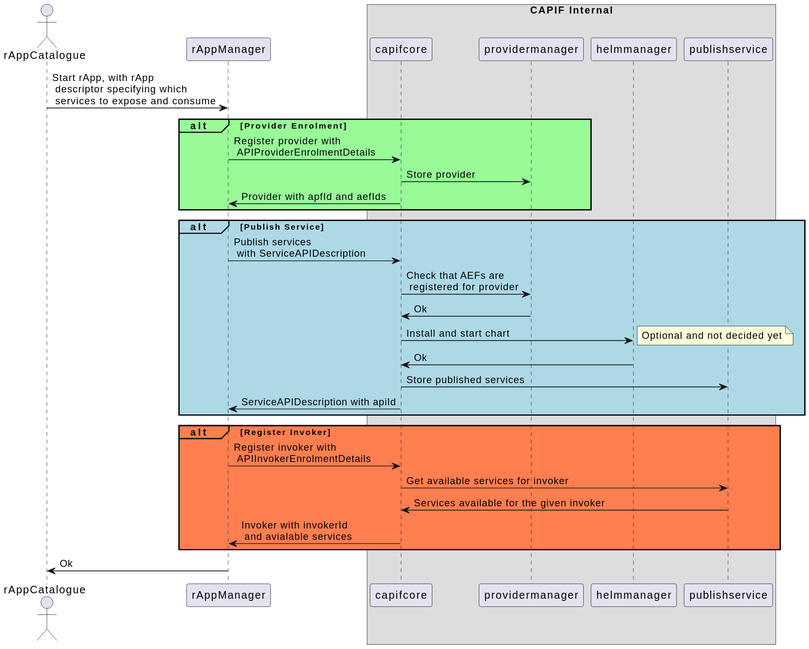
This is capifcore/docs/diagrams/Register Provider.svg from o-ran-sc/nonrtric-plt-sme, a PlantUML export, as it was before one commit.
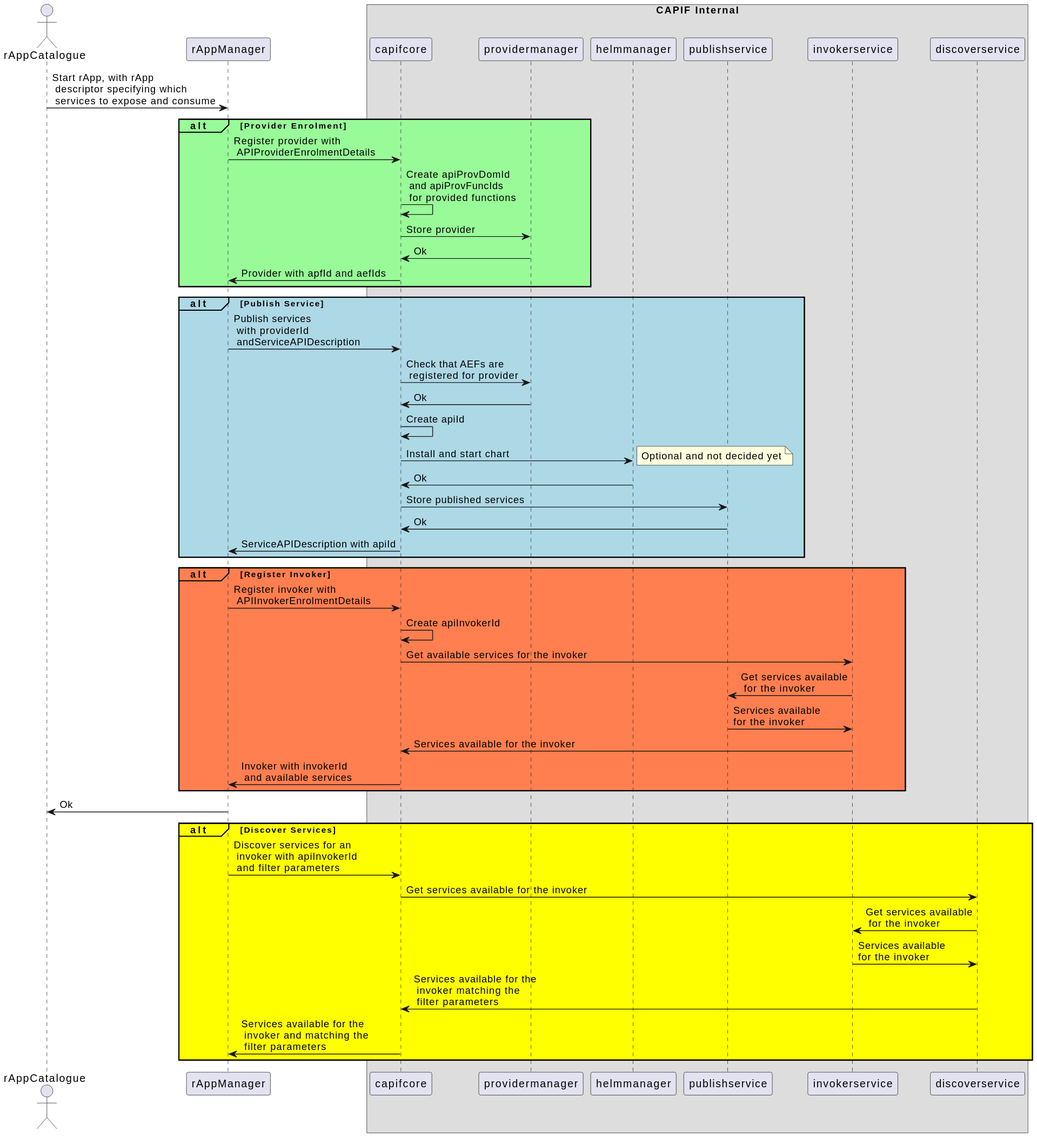
The same file after the commit.

What changed in the source:
```diff
@@ -6,29 +6,47 @@
 participant providermanager
 participant helmmanager
 participant publishservice
+participant invokerservice
+participant discoverservice
 end box
 
 rAppCatalogue->rAppManager: Start rApp, with rApp\n descriptor specifying which\n services to expose and consume
 alt#paleGreen #paleGreen Provider Enrolment
     rAppManager->capifcore: Register provider with\n APIProviderEnrolmentDetails
+    capifcore->capifcore: Create apiProvDomId\n and apiProvFuncIds\n for provided functions
     capifcore->providermanager:Store provider
+    providermanager->capifcore: Ok
     capifcore->rAppManager: Provider with apfId and aefIds
 end
 alt#LightBlue #LightBlue Publish Service
-    rAppManager->capifcore: Publish services\n with ServiceAPIDescription
+    rAppManager->capifcore: Publish services\n with providerId\n andServiceAPIDescription
     capifcore->providermanager: Check that AEFs are\n registered for provider
     providermanager->capifcore: Ok
+    capifcore->capifcore: Create apiId
     capifcore->helmmanager: Install and start chart
     note right: Optional and not decided yet
     helmmanager->capifcore: Ok
     capifcore->publishservice: Store published services
+    publishservice->capifcore: Ok
     capifcore->rAppManager: ServiceAPIDescription with apiId
 end
 alt#coral #coral Register Invoker
     rAppManager->capifcore: Register invoker with\n APIInvokerEnrolmentDetails
-    capifcore->publishservice:Get available services for invoker
-    publishservice->capifcore: Services available for the given invoker
-    capifcore->rAppManager: Invoker with invokerId\n and avialable services
+    capifcore->capifcore: Create apiInvokerId
+    capifcore->invokerservice:Get available services for the invoker
+    invokerservice->publishservice: Get services available\n for the invoker
+    publishservice->invokerservice: Services available \nfor the invoker
+    invokerservice->capifcore: Services available for the invoker
+    capifcore->rAppManager: Invoker with invokerId\n and available services
 end
 rAppManager->rAppCatalogue: Ok
+
+alt#Yellow #Yellow Discover Services
+    rAppManager->capifcore: Discover services for an\n invoker with apiInvokerId\n and filter parameters
+    capifcore->discoverservice: Get services available for the invoker
+    discoverservice->invokerservice: Get services available\n for the invoker
+    invokerservice->discoverservice: Services available \nfor the invoker
+    discoverservice->capifcore: Services available for the\n invoker matching the\n filter parameters
+    capifcore->rAppManager: Services available for the\n invoker and matching the\n filter parameters
+end
 @enduml
```
